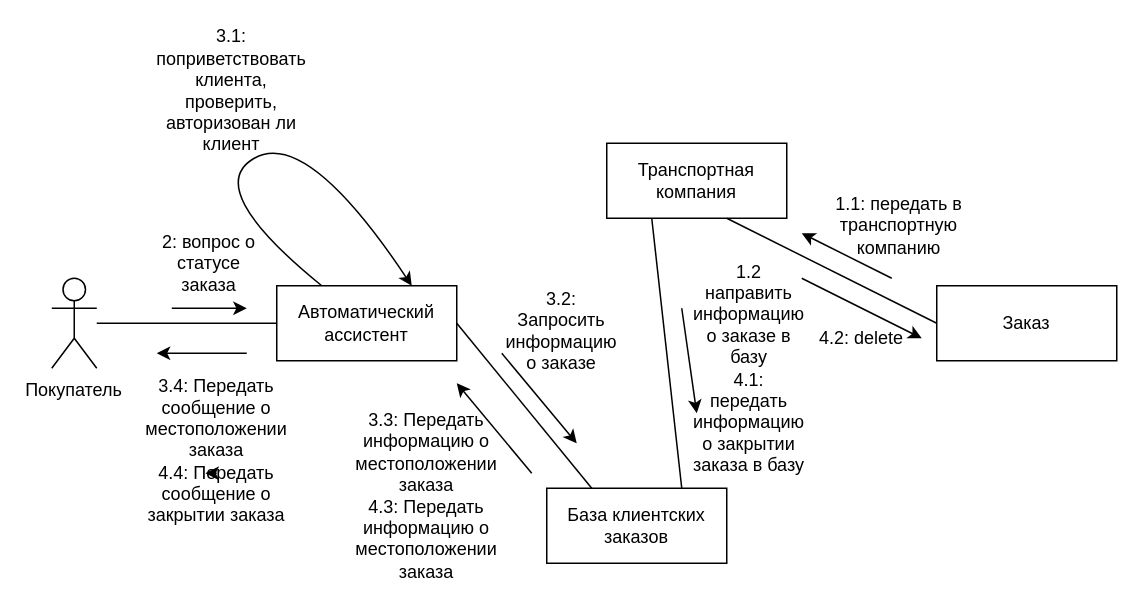
Before: Диаграмма коммуникации.drawio in tssergeev/lflflflf, a draw.io diagram. Source tidied: cells renumbered, new cells numbered last; positions are measured from the earlier drawing's top-left corner, leaving out a move shared by most shapes. Both pictures are drawn from the tidied source at 150%, with x=0, y=0 at pixel (28, 68).
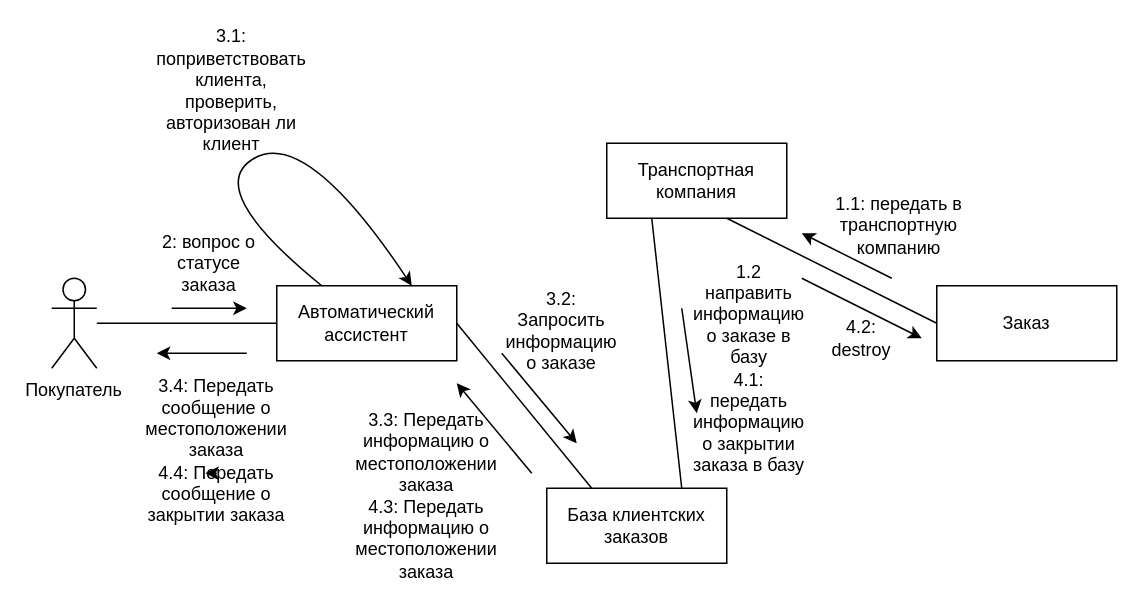
Above is the later version.

Change to the diagram source:
```diff
@@
-    <mxCell id="25" value="4.2: delete" style="text;html=1;strokeColor=none;fillColor=none;align=center;verticalAlign=middle;whiteSpace=wrap;rounded=0;" parent="1" vertex="1">
+    <mxCell id="25" value="4.2: destroy" style="text;html=1;strokeColor=none;fillColor=none;align=center;verticalAlign=middle;whiteSpace=wrap;rounded=0;" parent="1" vertex="1">
       <mxGeometry x="525" y="165" width="60" height="30" as="geometry" />
     </mxCell>
```
